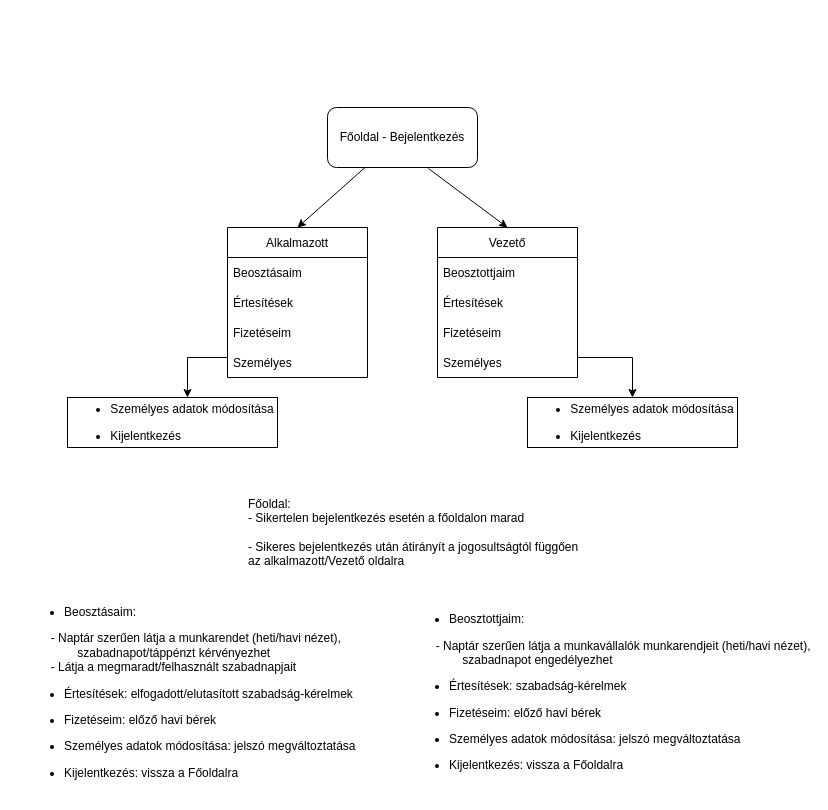
JuditFerenczik/vizsgaRemekWeb keeps this draw.io diagram as flowCharts/Funkciok.drawio. Above is the earlier version. Source tidied: cells renumbered, new cells numbered last; positions are measured from the earlier drawing's top-left corner, leaving out a move shared by most shapes. Both pictures are drawn from the tidied source at 100%, with x=0, y=0 at pixel (22, 107).
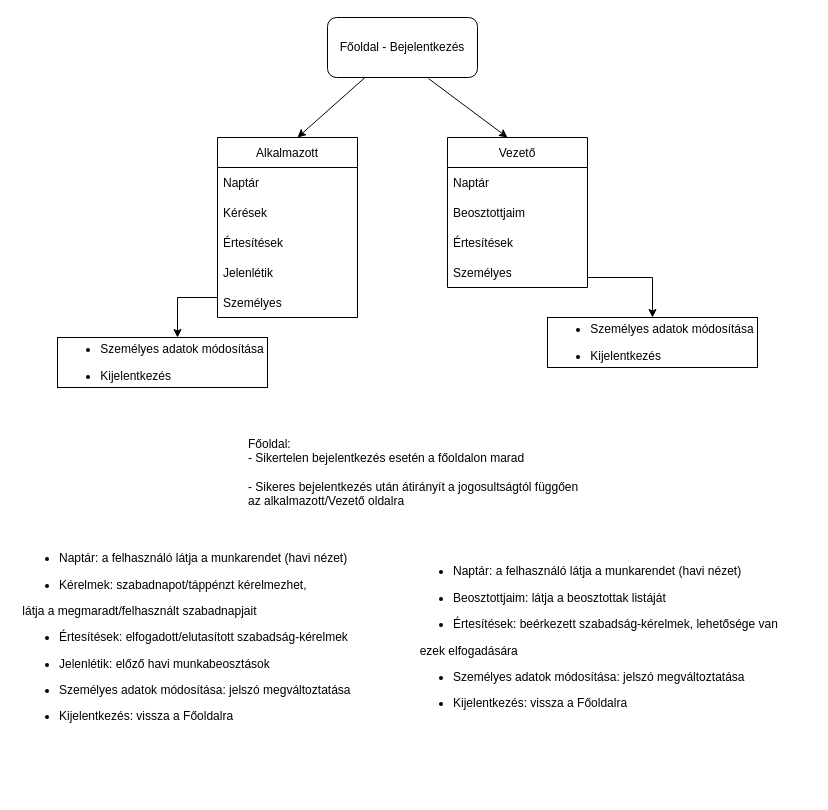
After the change.

Diff of the diagram source:
```diff
@@
     <mxCell id="2" value="Főoldal - Bejelentkezés" style="rounded=1;whiteSpace=wrap;html=1;" parent="1" vertex="1">
-      <mxGeometry x="305" width="150" height="60" as="geometry" />
+      <mxGeometry x="305" y="-90" width="150" height="60" as="geometry" />
     </mxCell>
     <mxCell id="3" value="Alkalmazott" style="swimlane;fontStyle=0;horizontal=1;startSize=30;" parent="1" vertex="1">
-      <mxGeometry x="205" y="120" width="140" height="150" as="geometry" />
+      <mxGeometry x="195" y="30" width="140" height="180" as="geometry" />
     </mxCell>
-    <mxCell id="4" value="Beosztásaim" style="text;strokeColor=none;fillColor=none;align=left;verticalAlign=middle;spacingLeft=4;spacingRight=4;overflow=hidden;" parent="3" vertex="1">
+    <mxCell id="4" value="Naptár" style="text;strokeColor=none;fillColor=none;align=left;verticalAlign=middle;spacingLeft=4;spacingRight=4;overflow=hidden;" parent="3" vertex="1">
       <mxGeometry y="30" width="140" height="30" as="geometry" />
     </mxCell>
-    <mxCell id="5" value="Értesítések" style="text;strokeColor=none;fillColor=none;align=left;verticalAlign=middle;spacingLeft=4;spacingRight=4;overflow=hidden;" parent="3" vertex="1">
+    <mxCell id="5" value="Kérések" style="text;strokeColor=none;fillColor=none;align=left;verticalAlign=middle;spacingLeft=4;spacingRight=4;overflow=hidden;" parent="3" vertex="1">
       <mxGeometry y="60" width="140" height="30" as="geometry" />
     </mxCell>
-    <mxCell id="6" value="Fizetéseim" style="text;strokeColor=none;fillColor=none;align=left;verticalAlign=middle;spacingLeft=4;spacingRight=4;overflow=hidden;" parent="3" vertex="1">
+    <mxCell id="6" value="Értesítések" style="text;strokeColor=none;fillColor=none;align=left;verticalAlign=middle;spacingLeft=4;spacingRight=4;overflow=hidden;" parent="3" vertex="1">
       <mxGeometry y="90" width="140" height="30" as="geometry" />
     </mxCell>
-    <mxCell id="7" value="Személyes" style="text;strokeColor=none;fillColor=none;align=left;verticalAlign=middle;spacingLeft=4;spacingRight=4;overflow=hidden;" parent="3" vertex="1">
-      <mxGeometry y="120" width="140" height="30" as="geometry" />
-    </mxCell>
+    <mxCell id="22" value="Jelenlétik" style="text;strokeColor=none;fillColor=none;align=left;verticalAlign=middle;spacingLeft=4;spacingRight=4;overflow=hidden;" parent="3" vertex="1">
+      <mxGeometry y="120" width="140" height="30" as="geometry" />
+    </mxCell>
+    <mxCell id="23" value="Személyes" style="text;strokeColor=none;fillColor=none;align=left;verticalAlign=middle;spacingLeft=4;spacingRight=4;overflow=hidden;" parent="3" vertex="1">
+      <mxGeometry y="150" width="140" height="30" as="geometry" />
+    </mxCell>
     <mxCell id="8" style="edgeStyle=segmentEdgeStyle;endArrow=classic;html=1;rounded=0;" parent="1" edge="1">
       <mxGeometry relative="1" as="geometry">
-        <mxPoint x="205" y="250" as="sourcePoint" />
-        <mxPoint x="165" y="290" as="targetPoint" />
+        <mxPoint x="195" y="190" as="sourcePoint" />
+        <mxPoint x="155" y="230" as="targetPoint" />
       </mxGeometry>
     </mxCell>
     <mxCell id="9" value="&lt;div&gt;&lt;ul&gt;&lt;li&gt;Személyes adatok módosítása&lt;/li&gt;&lt;/ul&gt;&lt;/div&gt;&lt;div align=&quot;left&quot;&gt;&lt;ul&gt;&lt;li&gt;Kijelentkezés&lt;br&gt;&lt;/li&gt;&lt;/ul&gt;&lt;/div&gt;" style="rounded=0;whiteSpace=wrap;html=1;" parent="1" vertex="1">
-      <mxGeometry x="45" y="290" width="210" height="50" as="geometry" />
+      <mxGeometry x="35" y="230" width="210" height="50" as="geometry" />
     </mxCell>
-    <mxCell id="10" style="endArrow=classic;html=1;rounded=0;entryX=0.5;entryY=0;entryDx=0;entryDy=0;exitX=0.25;exitY=1;exitDx=0;exitDy=0;" parent="1" edge="1" source="2" target="3">
-      <mxGeometry relative="1" as="geometry" />
+    <mxCell id="10" style="endArrow=classic;html=1;rounded=0;entryX=0.5;entryY=0;entryDx=0;entryDy=0;exitX=0.25;exitY=1;exitDx=0;exitDy=0;" parent="1" edge="1" source="2">
+      <mxGeometry relative="1" as="geometry">
+        <mxPoint x="275" y="30" as="targetPoint" />
+      </mxGeometry>
     </mxCell>
     <mxCell id="11" value="Vezető" style="swimlane;fontStyle=0;horizontal=1;startSize=30;" parent="1" vertex="1">
-      <mxGeometry x="415" y="120" width="140" height="150" as="geometry" />
+      <mxGeometry x="425" y="30" width="140" height="150" as="geometry" />
     </mxCell>
+    <mxCell id="15" value="Naptár" style="text;strokeColor=none;fillColor=none;align=left;verticalAlign=middle;spacingLeft=4;spacingRight=4;overflow=hidden;" parent="11" vertex="1">
+      <mxGeometry y="30" width="140" height="30" as="geometry" />
+    </mxCell>
     <mxCell id="12" value="Beosztottjaim" style="text;strokeColor=none;fillColor=none;align=left;verticalAlign=middle;spacingLeft=4;spacingRight=4;overflow=hidden;" parent="11" vertex="1">
-      <mxGeometry y="30" width="140" height="30" as="geometry" />
+      <mxGeometry y="60" width="140" height="30" as="geometry" />
     </mxCell>
     <mxCell id="13" value="Értesítések" style="text;strokeColor=none;fillColor=none;align=left;verticalAlign=middle;spacingLeft=4;spacingRight=4;overflow=hidden;" parent="11" vertex="1">
-      <mxGeometry y="60" width="140" height="30" as="geometry" />
+      <mxGeometry y="90" width="140" height="30" as="geometry" />
     </mxCell>
-    <mxCell id="14" value="Fizetéseim" style="text;strokeColor=none;fillColor=none;align=left;verticalAlign=middle;spacingLeft=4;spacingRight=4;overflow=hidden;" parent="11" vertex="1">
-      <mxGeometry y="90" width="140" height="30" as="geometry" />
-    </mxCell>
-    <mxCell id="15" value="Személyes" style="text;strokeColor=none;fillColor=none;align=left;verticalAlign=middle;spacingLeft=4;spacingRight=4;overflow=hidden;" parent="11" vertex="1">
-      <mxGeometry y="120" width="140" height="30" as="geometry" />
-    </mxCell>
+    <mxCell id="7" value="Személyes" style="text;strokeColor=none;fillColor=none;align=left;verticalAlign=middle;spacingLeft=4;spacingRight=4;overflow=hidden;" parent="11" vertex="1">
+      <mxGeometry y="120" width="140" height="30" as="geometry" />
+    </mxCell>
-    <mxCell id="16" style="endArrow=classic;html=1;rounded=0;entryX=0.5;entryY=0;entryDx=0;entryDy=0;exitX=0.673;exitY=1.017;exitDx=0;exitDy=0;exitPerimeter=0;" parent="1" edge="1" source="2" target="11">
-      <mxGeometry relative="1" as="geometry" />
+    <mxCell id="16" style="endArrow=classic;html=1;rounded=0;entryX=0.5;entryY=0;entryDx=0;entryDy=0;exitX=0.673;exitY=1.017;exitDx=0;exitDy=0;exitPerimeter=0;" parent="1" edge="1" source="2">
+      <mxGeometry relative="1" as="geometry">
+        <mxPoint x="485" y="30" as="targetPoint" />
+      </mxGeometry>
     </mxCell>
     <mxCell id="17" value="&lt;div&gt;&lt;ul&gt;&lt;li&gt;Személyes adatok módosítása&lt;/li&gt;&lt;/ul&gt;&lt;/div&gt;&lt;div align=&quot;left&quot;&gt;&lt;ul&gt;&lt;li&gt;Kijelentkezés&lt;br&gt;&lt;/li&gt;&lt;/ul&gt;&lt;/div&gt;" style="rounded=0;whiteSpace=wrap;html=1;" parent="1" vertex="1">
-      <mxGeometry x="505" y="290" width="210" height="50" as="geometry" />
+      <mxGeometry x="525" y="210" width="210" height="50" as="geometry" />
     </mxCell>
     <mxCell id="18" style="edgeStyle=segmentEdgeStyle;endArrow=classic;html=1;rounded=0;entryX=0.5;entryY=0;entryDx=0;entryDy=0;" parent="1" edge="1" target="17">
       <mxGeometry relative="1" as="geometry">
-        <mxPoint x="555" y="250" as="sourcePoint" />
+        <mxPoint x="565" y="170" as="sourcePoint" />
       </mxGeometry>
     </mxCell>
     <mxCell id="19" value="&lt;div align=&quot;left&quot;&gt;Főoldal:&lt;/div&gt;&lt;div align=&quot;left&quot;&gt;- Sikertelen bejelentkezés esetén a főoldalon marad&lt;/div&gt;&lt;div&gt;&lt;br&gt;&lt;/div&gt;&lt;div&gt;- Sikeres bejelentkezés után átirányít a jogosultságtól függően&lt;/div&gt;&lt;div&gt;az alkalmazott/Vezető oldalra&lt;br&gt;&lt;/div&gt;" style="text;html=1;align=left;verticalAlign=middle;strokeColor=none;fillColor=none;" parent="1" vertex="1">
-      <mxGeometry x="224" y="380" width="330" height="90" as="geometry" />
+      <mxGeometry x="224" y="320" width="330" height="90" as="geometry" />
     </mxCell>
-    <mxCell id="20" value="&lt;ul&gt;&lt;li&gt;Beosztásaim: &lt;br&gt;&lt;/li&gt;&lt;/ul&gt;&lt;div&gt;&lt;span style=&quot;white-space: pre&quot;&gt;&#9;&lt;/span&gt;- Naptár szerűen látja a munkarendet (heti/havi nézet),&lt;/div&gt;&lt;div&gt;&amp;nbsp;&lt;span style=&quot;white-space: pre&quot;&gt;&#9;&lt;/span&gt;&lt;span style=&quot;white-space: pre&quot;&gt;&#9;&lt;/span&gt;szabadnapot/táppénzt kérvényezhet&lt;/div&gt;&lt;div&gt;&lt;span style=&quot;white-space: pre&quot;&gt;&#9;&lt;/span&gt;- Látja a megmaradt/felhasznált szabadnapjait&lt;br&gt; &lt;/div&gt;&lt;div&gt;&lt;ul&gt;&lt;li&gt;Értesítések: elfogadott/elutasított szabadság-kérelmek&lt;/li&gt;&lt;/ul&gt;&lt;/div&gt;&lt;div&gt;&lt;ul&gt;&lt;li&gt;Fizetéseim: előző havi bérek&lt;/li&gt;&lt;/ul&gt;&lt;/div&gt;&lt;div&gt;&lt;ul&gt;&lt;li&gt;Személyes adatok módosítása: jelszó megváltoztatása&lt;/li&gt;&lt;/ul&gt;&lt;/div&gt;&lt;div&gt;&lt;ul&gt;&lt;li&gt;Kijelentkezés: vissza a Főoldalra&lt;br&gt;&lt;/li&gt;&lt;/ul&gt;&lt;/div&gt;" style="text;html=1;align=left;verticalAlign=middle;strokeColor=none;fillColor=none;" parent="1" vertex="1">
-      <mxGeometry y="485" width="340" height="200" as="geometry" />
+    <mxCell id="20" value="&lt;ul&gt;&lt;li&gt;Naptár: a felhasználó látja a munkarendet (havi nézet)&lt;/li&gt;&lt;/ul&gt;&lt;div&gt;&lt;ul&gt;&lt;li&gt;Kérelmek: szabadnapot/táppénzt kérelmezhet, &lt;br&gt;&lt;/li&gt;&lt;/ul&gt;&lt;span style=&quot;white-space: pre&quot;&gt; &lt;/span&gt;látja a megmaradt/felhasznált szabadnapjait&lt;div&gt;&lt;ul&gt;&lt;li&gt;Értesítések: elfogadott/elutasított szabadság-kérelmek&lt;/li&gt;&lt;/ul&gt;&lt;/div&gt;&lt;/div&gt;&lt;div&gt;&lt;ul&gt;&lt;li&gt;Jelenlétik: előző havi munkabeosztások&lt;/li&gt;&lt;/ul&gt;&lt;/div&gt;&lt;div&gt;&lt;ul&gt;&lt;li&gt;Személyes adatok módosítása: jelszó megváltoztatása&lt;/li&gt;&lt;/ul&gt;&lt;/div&gt;&lt;div&gt;&lt;ul&gt;&lt;li&gt;Kijelentkezés: vissza a Főoldalra&lt;br&gt;&lt;/li&gt;&lt;/ul&gt;&lt;/div&gt;" style="text;html=1;align=left;verticalAlign=middle;strokeColor=none;fillColor=none;" parent="1" vertex="1">
+      <mxGeometry x="-5" y="430" width="340" height="200" as="geometry" />
     </mxCell>
-    <mxCell id="21" value="&lt;ul&gt;&lt;li&gt;Beosztottjaim: &lt;br&gt;&lt;/li&gt;&lt;/ul&gt;&lt;div&gt;&lt;span style=&quot;white-space: pre&quot;&gt;&#9;&lt;/span&gt;- Naptár szerűen látja a munkavállalók munkarendjeit (heti/havi nézet),&lt;/div&gt;&lt;div&gt;&amp;nbsp;&lt;span style=&quot;white-space: pre&quot;&gt;&#9;&lt;/span&gt;&lt;span style=&quot;white-space: pre&quot;&gt;&#9;&lt;/span&gt;szabadnapot engedélyezhet&lt;br&gt;&lt;/div&gt;&lt;div&gt;&lt;ul&gt;&lt;li&gt;Értesítések: szabadság-kérelmek&lt;/li&gt;&lt;/ul&gt;&lt;/div&gt;&lt;div&gt;&lt;ul&gt;&lt;li&gt;Fizetéseim: előző havi bérek&lt;/li&gt;&lt;/ul&gt;&lt;/div&gt;&lt;div&gt;&lt;ul&gt;&lt;li&gt;Személyes adatok módosítása: jelszó megváltoztatása&lt;br&gt;&lt;/li&gt;&lt;/ul&gt;&lt;div&gt;&lt;ul&gt;&lt;li&gt;Kijelentkezés: vissza a Főoldalra&lt;br&gt;&lt;/li&gt;&lt;/ul&gt;&lt;/div&gt;&lt;/div&gt;" style="text;html=1;align=left;verticalAlign=middle;strokeColor=none;fillColor=none;" parent="1" vertex="1">
-      <mxGeometry x="385" y="490" width="400" height="190" as="geometry" />
-    </mxCell>
+    <mxCell id="24" value="&lt;ul&gt;&lt;li&gt;Naptár: a felhasználó látja a munkarendet (havi nézet)&lt;/li&gt;&lt;/ul&gt;&lt;div&gt;&lt;ul&gt;&lt;li&gt;Beosztottjaim: látja a beosztottak listáját&lt;br&gt;&lt;/li&gt;&lt;/ul&gt;&lt;div&gt;&lt;ul&gt;&lt;li&gt;Értesítések: beérkezett szabadság-kérelmek, lehetősége van&lt;/li&gt;&lt;/ul&gt;&lt;span style=&quot;white-space: pre&quot;&gt; &lt;/span&gt;&amp;nbsp;ezek elfogadására&lt;br&gt;&lt;/div&gt;&lt;/div&gt;&lt;div&gt;&lt;ul&gt;&lt;li&gt;Személyes adatok módosítása: jelszó megváltoztatása&lt;/li&gt;&lt;/ul&gt;&lt;/div&gt;&lt;div&gt;&lt;ul&gt;&lt;li&gt;Kijelentkezés: vissza a Főoldalra&lt;br&gt;&lt;/li&gt;&lt;/ul&gt;&lt;/div&gt;" style="text;html=1;align=left;verticalAlign=middle;strokeColor=none;fillColor=none;" parent="1" vertex="1">
+      <mxGeometry x="389" y="445" width="370" height="170" as="geometry" />
+    </mxCell>
```
